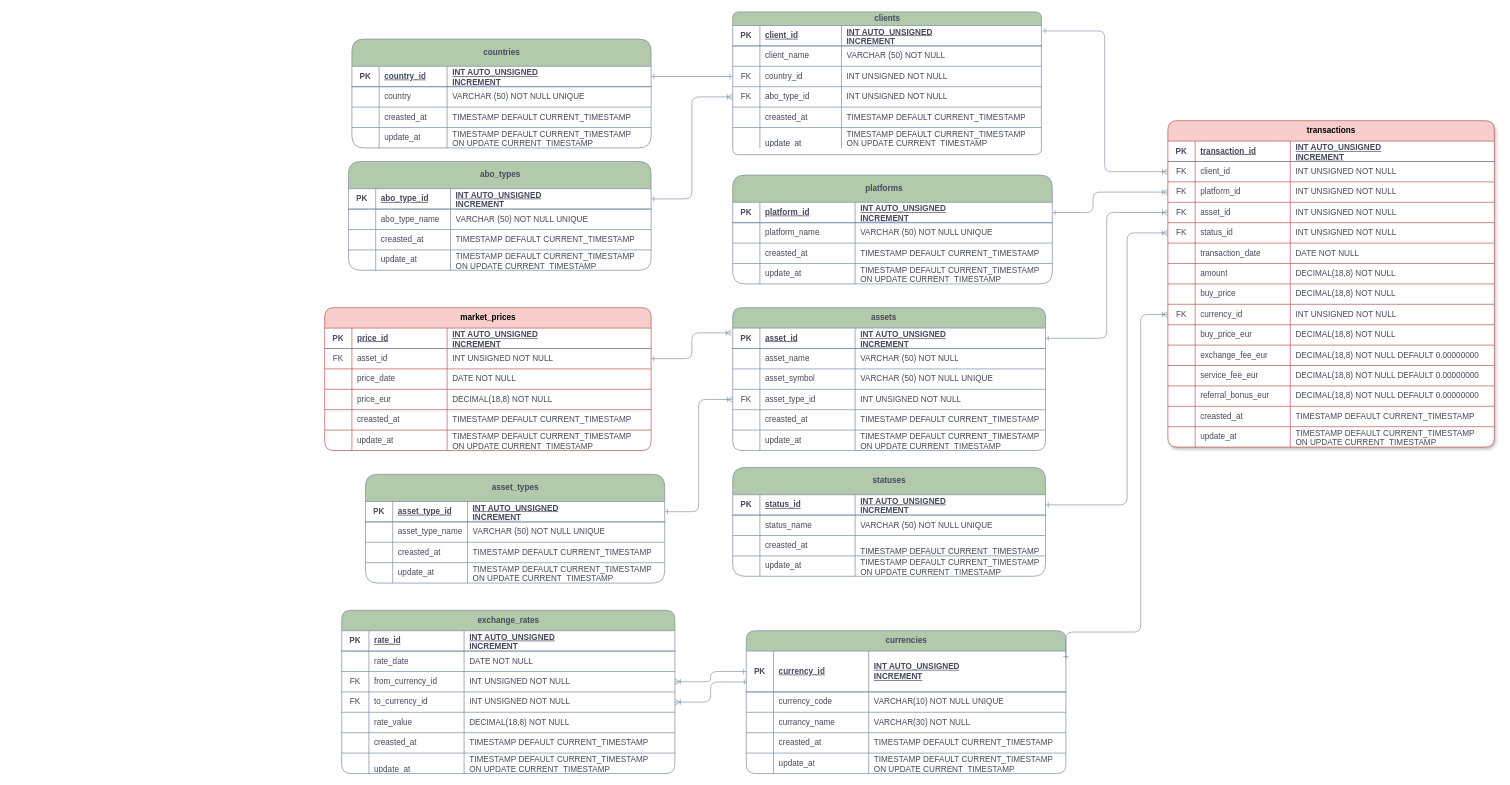
Above: Crypto.drawio in KaterynaSavelieva/crypto-portfolio-analytics (draw.io), before the change. Source tidied: cells renumbered, new cells numbered last; positions are measured from the earlier drawing's top-left corner, leaving out a move shared by most shapes. Both pictures are drawn from the tidied source at 68%, with x=0, y=0 at pixel (324, 12).
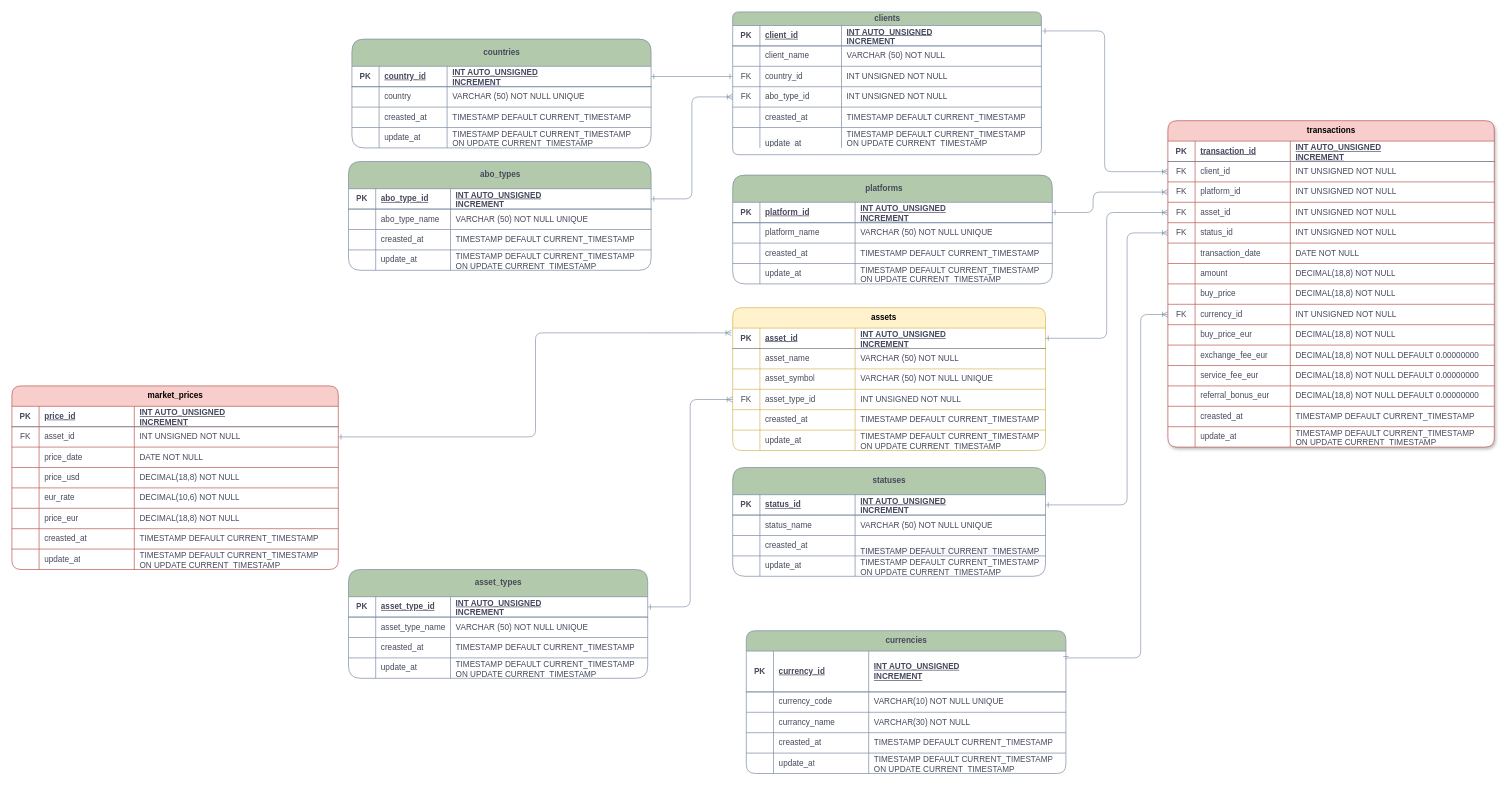
Above is the later version.

The change refers to these unchanged cells:
```xml
<mxCell id="173" style="shape=tableRow;horizontal=0;startSize=0;swimlaneHead=0;swimlaneBody=0;fillColor=none;points=[[0,0.5],[1,0.5]];portConstraint=eastwest;top=0;left=0;right=0;bottom=0;rounded=1;comic=0;html=1;strokeColor=#788AA3;fontColor=#46495D;" parent="140" vertex="1">
  <mxGeometry y="270" width="480" height="30" as="geometry" />
</mxCell>
<mxCell id="206" style="shape=tableRow;horizontal=0;startSize=0;swimlaneHead=0;swimlaneBody=0;fillColor=none;points=[[0,0.5],[1,0.5]];portConstraint=eastwest;top=0;left=0;right=0;bottom=1;rounded=1;comic=0;html=1;strokeColor=#788AA3;fontColor=#46495D;" parent="205" vertex="1">
  <mxGeometry y="30" width="470" height="60" as="geometry" />
</mxCell>
```

Diff of the diagram source:
```diff
@@
-    <mxCell id="61" value="assets&lt;span style=&quot;white-space: pre;&quot;&gt;&#9;&lt;/span&gt;" style="shape=table;startSize=30;childLayout=tableLayout;rowLines=1;fontStyle=1;align=center;rounded=1;comic=0;html=1;swimlaneHead=1;bottom=1;fillColor=#B2C9AB;strokeColor=#788AA3;fontColor=#46495D;verticalAlign=middle;fontSize=12;" parent="1" vertex="1">
+    <mxCell id="61" value="assets&lt;span style=&quot;white-space: pre;&quot;&gt;&#9;&lt;/span&gt;" style="shape=table;startSize=30;childLayout=tableLayout;rowLines=1;fontStyle=1;align=center;rounded=1;comic=0;html=1;swimlaneHead=1;bottom=1;fillColor=#fff2cc;strokeColor=#d6b656;verticalAlign=middle;fontSize=12;" parent="1" vertex="1">
       <mxGeometry x="600" y="435" width="460" height="210" as="geometry" />
     </mxCell>
@@
     <mxCell id="86" value="asset_types" style="shape=table;startSize=40;childLayout=tableLayout;rowLines=1;fontStyle=1;align=center;rounded=1;comic=0;html=1;swimlaneHead=1;bottom=1;fillColor=#B2C9AB;strokeColor=#788AA3;fontColor=#46495D;verticalAlign=middle;fontSize=12;" parent="1" vertex="1">
-      <mxGeometry x="60" y="680" width="440" height="160" as="geometry" />
+      <mxGeometry x="35" y="820" width="440" height="160" as="geometry" />
     </mxCell>
@@
     <mxCell id="226" style="edgeStyle=orthogonalEdgeStyle;shape=connector;rounded=1;sketch=0;jettySize=auto;html=1;exitX=1;exitY=0.2;exitDx=0;exitDy=0;entryX=0;entryY=0.5;entryDx=0;entryDy=0;labelBackgroundColor=default;fontFamily=Helvetica;fontSize=12;fontColor=#46495D;startArrow=ERone;startFill=0;endArrow=ERoneToMany;strokeColor=#788AA3;fillColor=#B2C9AB;opacity=90;exitPerimeter=0;" parent="1" edge="1" source="206" target="173">
       <mxGeometry relative="1" as="geometry">
         <Array as="points">
-          <mxPoint x="1200" y="912" />
+          <mxPoint x="1090" y="950" />
+          <mxPoint x="1200" y="950" />
           <mxPoint x="1200" y="445" />
         </Array>
       </mxGeometry>
     </mxCell>
-    <mxCell id="227" value="exchange_rates" style="shape=table;startSize=30;childLayout=tableLayout;rowLines=1;fontStyle=1;align=center;rounded=1;comic=0;html=1;swimlaneHead=1;bottom=1;fillColor=#B2C9AB;strokeColor=#788AA3;fontColor=#46495D;verticalAlign=middle;fontSize=12;" parent="1" vertex="1">
-      <mxGeometry x="25" y="880" width="490" height="240" as="geometry" />
-    </mxCell>
-    <mxCell id="228" style="shape=tableRow;horizontal=0;startSize=0;swimlaneHead=0;swimlaneBody=0;fillColor=none;top=0;left=0;right=0;bottom=1;rounded=1;comic=0;html=1;strokeColor=#788AA3;fontColor=#46495D;" parent="227" vertex="1">
-      <mxGeometry y="30" width="490" height="30" as="geometry" />
-    </mxCell>
-    <mxCell id="229" value="PK" style="shape=partialRectangle;fillColor=none;top=0;left=0;bottom=0;right=0;fontStyle=1;overflow=hidden;rounded=1;comic=0;html=1;strokeColor=#788AA3;fontColor=#46495D;" parent="228" vertex="1">
-      <mxGeometry width="40" height="30" as="geometry" />
-    </mxCell>
-    <mxCell id="230" value="rate_id  " style="shape=partialRectangle;fillColor=none;top=0;left=0;bottom=0;right=0;align=left;spacingLeft=6;fontStyle=5;overflow=hidden;rounded=1;comic=0;html=1;strokeColor=#788AA3;fontColor=#46495D;" parent="228" vertex="1">
-      <mxGeometry x="40" width="140" height="30" as="geometry" />
-    </mxCell>
-    <mxCell id="231" value="INT AUTO_UNSIGNED&lt;br&gt;INCREMENT" style="shape=partialRectangle;fillColor=none;top=0;left=0;bottom=0;right=0;align=left;spacingLeft=6;fontStyle=5;overflow=hidden;rounded=1;comic=0;html=1;strokeColor=#788AA3;fontColor=#46495D;" parent="228" vertex="1">
-      <mxGeometry x="180" width="310" height="30" as="geometry" />
-    </mxCell>
-    <mxCell id="232" style="shape=tableRow;horizontal=0;startSize=0;swimlaneHead=0;swimlaneBody=0;fillColor=none;top=0;left=0;right=0;bottom=0;rounded=1;comic=0;html=1;strokeColor=#788AA3;fontColor=#46495D;" parent="227" vertex="1">
-      <mxGeometry y="60" width="490" height="30" as="geometry" />
-    </mxCell>
-    <mxCell id="233" style="shape=partialRectangle;fillColor=none;top=0;left=0;bottom=0;right=0;overflow=hidden;rounded=1;comic=0;html=1;strokeColor=#788AA3;fontColor=#46495D;" parent="232" vertex="1">
-      <mxGeometry width="40" height="30" as="geometry" />
-    </mxCell>
-    <mxCell id="234" value="rate_date " style="shape=partialRectangle;fillColor=none;top=0;left=0;bottom=0;right=0;align=left;spacingLeft=6;overflow=hidden;rounded=1;comic=0;html=1;strokeColor=#788AA3;fontColor=#46495D;" parent="232" vertex="1">
-      <mxGeometry x="40" width="140" height="30" as="geometry" />
-    </mxCell>
-    <mxCell id="235" value="DATE NOT NULL" style="shape=partialRectangle;fillColor=none;top=0;left=0;bottom=0;right=0;align=left;spacingLeft=6;overflow=hidden;rounded=1;comic=0;html=1;strokeColor=#788AA3;fontColor=#46495D;" parent="232" vertex="1">
-      <mxGeometry x="180" width="310" height="30" as="geometry" />
-    </mxCell>
-    <mxCell id="236" style="shape=tableRow;horizontal=0;startSize=0;swimlaneHead=0;swimlaneBody=0;fillColor=none;points=[[0,0.5],[1,0.5]];portConstraint=eastwest;top=0;left=0;right=0;bottom=0;rounded=1;comic=0;html=1;strokeColor=#788AA3;fontColor=#46495D;" parent="227" vertex="1">
-      <mxGeometry y="90" width="490" height="30" as="geometry" />
-    </mxCell>
-    <mxCell id="237" value="FK" style="shape=partialRectangle;fillColor=none;top=0;left=0;bottom=0;right=0;overflow=hidden;rounded=1;comic=0;html=1;strokeColor=#788AA3;fontColor=#46495D;" parent="236" vertex="1">
-      <mxGeometry width="40" height="30" as="geometry" />
-    </mxCell>
-    <mxCell id="238" value="from_currency_id&lt;span style=&quot;&quot;&gt;&#9;&lt;/span&gt;" style="shape=partialRectangle;fillColor=none;top=0;left=0;bottom=0;right=0;align=left;spacingLeft=6;overflow=hidden;rounded=1;comic=0;html=1;strokeColor=#788AA3;fontColor=#46495D;" parent="236" vertex="1">
-      <mxGeometry x="40" width="140" height="30" as="geometry" />
-    </mxCell>
-    <mxCell id="239" value="INT UNSIGNED NOT NULL" style="shape=partialRectangle;fillColor=none;top=0;left=0;bottom=0;right=0;align=left;spacingLeft=6;overflow=hidden;rounded=1;comic=0;html=1;strokeColor=#788AA3;fontColor=#46495D;" parent="236" vertex="1">
-      <mxGeometry x="180" width="310" height="30" as="geometry" />
-    </mxCell>
-    <mxCell id="240" style="shape=tableRow;horizontal=0;startSize=0;swimlaneHead=0;swimlaneBody=0;fillColor=none;points=[[0,0.5],[1,0.5]];portConstraint=eastwest;top=0;left=0;right=0;bottom=0;rounded=1;comic=0;html=1;strokeColor=#788AA3;fontColor=#46495D;" parent="227" vertex="1">
-      <mxGeometry y="120" width="490" height="30" as="geometry" />
-    </mxCell>
-    <mxCell id="241" value="FK" style="shape=partialRectangle;fillColor=none;top=0;left=0;bottom=0;right=0;overflow=hidden;rounded=1;comic=0;html=1;strokeColor=#788AA3;fontColor=#46495D;" parent="240" vertex="1">
-      <mxGeometry width="40" height="30" as="geometry" />
-    </mxCell>
-    <mxCell id="242" value="to_currency_id" style="shape=partialRectangle;fillColor=none;top=0;left=0;bottom=0;right=0;align=left;spacingLeft=6;overflow=hidden;rounded=1;comic=0;html=1;strokeColor=#788AA3;fontColor=#46495D;" parent="240" vertex="1">
-      <mxGeometry x="40" width="140" height="30" as="geometry" />
-    </mxCell>
-    <mxCell id="243" value="INT UNSIGNED NOT NULL" style="shape=partialRectangle;fillColor=none;top=0;left=0;bottom=0;right=0;align=left;spacingLeft=6;overflow=hidden;rounded=1;comic=0;html=1;strokeColor=#788AA3;fontColor=#46495D;" parent="240" vertex="1">
-      <mxGeometry x="180" width="310" height="30" as="geometry" />
-    </mxCell>
-    <mxCell id="244" style="shape=tableRow;horizontal=0;startSize=0;swimlaneHead=0;swimlaneBody=0;fillColor=none;top=0;left=0;right=0;bottom=0;rounded=1;comic=0;html=1;strokeColor=#788AA3;fontColor=#46495D;" parent="227" vertex="1">
-      <mxGeometry y="150" width="490" height="30" as="geometry" />
-    </mxCell>
-    <mxCell id="245" style="shape=partialRectangle;fillColor=none;top=0;left=0;bottom=0;right=0;overflow=hidden;rounded=1;comic=0;html=1;strokeColor=#788AA3;fontColor=#46495D;" parent="244" vertex="1">
-      <mxGeometry width="40" height="30" as="geometry" />
-    </mxCell>
-    <mxCell id="246" value="rate_value" style="shape=partialRectangle;fillColor=none;top=0;left=0;bottom=0;right=0;align=left;spacingLeft=6;overflow=hidden;rounded=1;comic=0;html=1;strokeColor=#788AA3;fontColor=#46495D;" parent="244" vertex="1">
-      <mxGeometry x="40" width="140" height="30" as="geometry" />
-    </mxCell>
-    <mxCell id="247" value="DECIMAL(18,8) NOT NULL" style="shape=partialRectangle;fillColor=none;top=0;left=0;bottom=0;right=0;align=left;spacingLeft=6;overflow=hidden;rounded=1;comic=0;html=1;strokeColor=#788AA3;fontColor=#46495D;" parent="244" vertex="1">
-      <mxGeometry x="180" width="310" height="30" as="geometry" />
-    </mxCell>
-    <mxCell id="248" style="shape=tableRow;horizontal=0;startSize=0;swimlaneHead=0;swimlaneBody=0;fillColor=none;top=0;left=0;right=0;bottom=0;rounded=1;comic=0;html=1;strokeColor=#788AA3;fontColor=#46495D;" parent="227" vertex="1">
-      <mxGeometry y="180" width="490" height="30" as="geometry" />
-    </mxCell>
-    <mxCell id="249" style="shape=partialRectangle;fillColor=none;top=0;left=0;bottom=0;right=0;overflow=hidden;rounded=1;comic=0;html=1;strokeColor=#788AA3;fontColor=#46495D;" parent="248" vertex="1">
-      <mxGeometry width="40" height="30" as="geometry" />
-    </mxCell>
-    <mxCell id="250" value="creasted_at" style="shape=partialRectangle;fillColor=none;top=0;left=0;bottom=0;right=0;align=left;spacingLeft=6;overflow=hidden;rounded=1;comic=0;html=1;strokeColor=#788AA3;fontColor=#46495D;" parent="248" vertex="1">
-      <mxGeometry x="40" width="140" height="30" as="geometry" />
-    </mxCell>
-    <mxCell id="251" value="&lt;span class=&quot;ͼm&quot;&gt;TIMESTAMP&lt;/span&gt;&amp;nbsp;&lt;span class=&quot;ͼg&quot;&gt;DEFAULT&lt;/span&gt;&amp;nbsp;&lt;span class=&quot;ͼg&quot;&gt;CURRENT_TIMESTAMP&lt;/span&gt;" style="shape=partialRectangle;fillColor=none;top=0;left=0;bottom=0;right=0;align=left;spacingLeft=6;overflow=hidden;rounded=1;comic=0;html=1;strokeColor=#788AA3;fontColor=#46495D;" parent="248" vertex="1">
-      <mxGeometry x="180" width="310" height="30" as="geometry" />
-    </mxCell>
-    <mxCell id="252" style="shape=tableRow;horizontal=0;startSize=0;swimlaneHead=0;swimlaneBody=0;fillColor=none;top=0;left=0;right=0;bottom=0;rounded=1;comic=0;html=1;strokeColor=#788AA3;fontColor=#46495D;" parent="227" vertex="1">
-      <mxGeometry y="210" width="490" height="30" as="geometry" />
-    </mxCell>
-    <mxCell id="253" style="shape=partialRectangle;fillColor=none;top=0;left=0;bottom=0;right=0;overflow=hidden;rounded=1;comic=0;html=1;strokeColor=#788AA3;fontColor=#46495D;" parent="252" vertex="1">
-      <mxGeometry width="40" height="30" as="geometry" />
-    </mxCell>
-    <mxCell id="254" value="&lt;br style=&quot;text-align: center;&quot;&gt;update_at" style="shape=partialRectangle;fillColor=none;top=0;left=0;bottom=0;right=0;align=left;spacingLeft=6;overflow=hidden;rounded=1;comic=0;html=1;strokeColor=#788AA3;fontColor=#46495D;" parent="252" vertex="1">
-      <mxGeometry x="40" width="140" height="30" as="geometry" />
-    </mxCell>
-    <mxCell id="255" value="&lt;span class=&quot;ͼm&quot;&gt;TIMESTAMP&lt;/span&gt;&amp;nbsp;&lt;span class=&quot;ͼg&quot;&gt;DEFAULT&lt;/span&gt;&amp;nbsp;&lt;span class=&quot;ͼg&quot;&gt;CURRENT_TIMESTAMP&lt;/span&gt;&lt;br&gt;&lt;span class=&quot;ͼg&quot;&gt;ON&lt;/span&gt;&amp;nbsp;&lt;span class=&quot;ͼg&quot;&gt;UPDATE&lt;/span&gt;&amp;nbsp;&lt;span class=&quot;ͼg&quot;&gt;CURRENT_TIMESTAMP&lt;/span&gt;" style="shape=partialRectangle;fillColor=none;top=0;left=0;bottom=0;right=0;align=left;spacingLeft=6;overflow=hidden;rounded=1;comic=0;html=1;strokeColor=#788AA3;fontColor=#46495D;" parent="252" vertex="1">
-      <mxGeometry x="180" width="310" height="30" as="geometry" />
-    </mxCell>
-    <mxCell id="256" style="edgeStyle=orthogonalEdgeStyle;shape=connector;rounded=1;sketch=0;jettySize=auto;html=1;entryX=1;entryY=0.5;entryDx=0;entryDy=0;labelBackgroundColor=default;fontFamily=Helvetica;fontSize=12;fontColor=#46495D;startArrow=ERone;startFill=0;endArrow=ERoneToMany;strokeColor=#788AA3;fillColor=#B2C9AB;opacity=90;" parent="1" edge="1" source="206" target="236">
-      <mxGeometry relative="1" as="geometry" />
-    </mxCell>
-    <mxCell id="257" style="edgeStyle=orthogonalEdgeStyle;shape=connector;rounded=1;sketch=0;jettySize=auto;html=1;entryX=1;entryY=0.5;entryDx=0;entryDy=0;labelBackgroundColor=default;fontFamily=Helvetica;fontSize=12;fontColor=#46495D;startArrow=ERone;startFill=0;endArrow=ERoneToMany;strokeColor=#788AA3;fillColor=#B2C9AB;opacity=90;exitX=0.002;exitY=0.757;exitDx=0;exitDy=0;exitPerimeter=0;" parent="1" edge="1" source="206" target="240">
-      <mxGeometry relative="1" as="geometry" />
-    </mxCell>
     <mxCell id="258" value="market_prices" style="shape=table;startSize=30;childLayout=tableLayout;rowLines=1;fontStyle=1;align=center;rounded=1;comic=0;html=1;swimlaneHead=1;bottom=1;fillColor=#f8cecc;strokeColor=#b85450;verticalAlign=middle;fontSize=12;" parent="1" vertex="1">
-      <mxGeometry y="435" width="480" height="210" as="geometry" />
+      <mxGeometry x="-460" y="550" width="480" height="270" as="geometry" />
     </mxCell>
@@
+    <mxCell id="284" style="shape=tableRow;horizontal=0;startSize=0;swimlaneHead=0;swimlaneBody=0;fillColor=none;top=0;left=0;right=0;bottom=0;rounded=1;comic=0;html=1;strokeColor=#788AA3;fontColor=#46495D;" parent="258" vertex="1">
+      <mxGeometry y="120" width="480" height="30" as="geometry" />
+    </mxCell>
+    <mxCell id="285" style="shape=partialRectangle;fillColor=none;top=0;left=0;bottom=0;right=0;overflow=hidden;rounded=1;comic=0;html=1;strokeColor=#788AA3;fontColor=#46495D;" parent="284" vertex="1">
+      <mxGeometry width="40" height="30" as="geometry" />
+    </mxCell>
+    <mxCell id="286" value="price_usd" style="shape=partialRectangle;fillColor=none;top=0;left=0;bottom=0;right=0;align=left;spacingLeft=6;overflow=hidden;rounded=1;comic=0;html=1;strokeColor=#788AA3;fontColor=#46495D;" parent="284" vertex="1">
+      <mxGeometry x="40" width="140" height="30" as="geometry" />
+    </mxCell>
+    <mxCell id="247" value="DECIMAL(18,8) NOT NULL" style="shape=partialRectangle;fillColor=none;top=0;left=0;bottom=0;right=0;align=left;spacingLeft=6;overflow=hidden;rounded=1;comic=0;html=1;strokeColor=#788AA3;fontColor=#46495D;" parent="284" vertex="1">
+      <mxGeometry x="180" width="300" height="30" as="geometry" />
+    </mxCell>
+    <mxCell id="287" style="shape=tableRow;horizontal=0;startSize=0;swimlaneHead=0;swimlaneBody=0;fillColor=none;top=0;left=0;right=0;bottom=0;rounded=1;comic=0;html=1;strokeColor=#788AA3;fontColor=#46495D;" parent="258" vertex="1">
+      <mxGeometry y="150" width="480" height="30" as="geometry" />
+    </mxCell>
+    <mxCell id="288" style="shape=partialRectangle;fillColor=none;top=0;left=0;bottom=0;right=0;overflow=hidden;rounded=1;comic=0;html=1;strokeColor=#788AA3;fontColor=#46495D;" parent="287" vertex="1">
+      <mxGeometry width="40" height="30" as="geometry" />
+    </mxCell>
+    <mxCell id="289" value="eur_rate" style="shape=partialRectangle;fillColor=none;top=0;left=0;bottom=0;right=0;align=left;spacingLeft=6;overflow=hidden;rounded=1;comic=0;html=1;strokeColor=#788AA3;fontColor=#46495D;" parent="287" vertex="1">
+      <mxGeometry x="40" width="140" height="30" as="geometry" />
+    </mxCell>
+    <mxCell id="290" value="DECIMAL(10,6) NOT NULL" style="shape=partialRectangle;fillColor=none;top=0;left=0;bottom=0;right=0;align=left;spacingLeft=6;overflow=hidden;rounded=1;comic=0;html=1;strokeColor=#788AA3;fontColor=#46495D;" parent="287" vertex="1">
+      <mxGeometry x="180" width="300" height="30" as="geometry" />
+    </mxCell>
     <mxCell id="271" style="shape=tableRow;horizontal=0;startSize=0;swimlaneHead=0;swimlaneBody=0;fillColor=none;top=0;left=0;right=0;bottom=0;rounded=1;comic=0;html=1;strokeColor=#788AA3;fontColor=#46495D;" parent="258" vertex="1">
-      <mxGeometry y="120" width="480" height="30" as="geometry" />
+      <mxGeometry y="180" width="480" height="30" as="geometry" />
     </mxCell>
@@
     <mxCell id="275" style="shape=tableRow;horizontal=0;startSize=0;swimlaneHead=0;swimlaneBody=0;fillColor=none;top=0;left=0;right=0;bottom=0;rounded=1;comic=0;html=1;strokeColor=#788AA3;fontColor=#46495D;" parent="258" vertex="1">
-      <mxGeometry y="150" width="480" height="30" as="geometry" />
+      <mxGeometry y="210" width="480" height="30" as="geometry" />
     </mxCell>
@@
     <mxCell id="279" style="shape=tableRow;horizontal=0;startSize=0;swimlaneHead=0;swimlaneBody=0;fillColor=none;top=0;left=0;right=0;bottom=0;rounded=1;comic=0;html=1;strokeColor=#788AA3;fontColor=#46495D;" parent="258" vertex="1">
-      <mxGeometry y="180" width="480" height="30" as="geometry" />
+      <mxGeometry y="240" width="480" height="30" as="geometry" />
     </mxCell>
```
